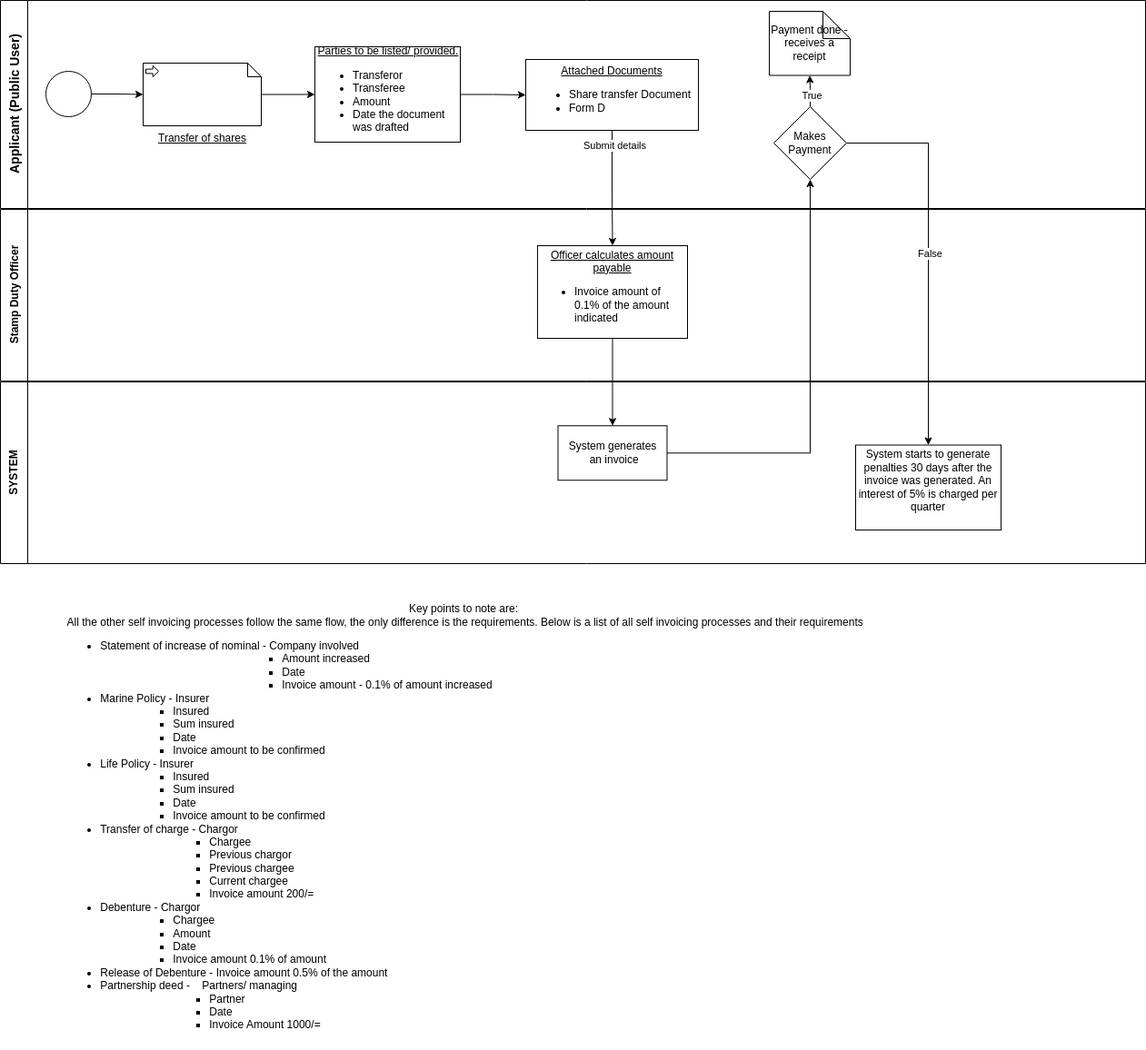
Before: Self - Officer Invoicing.drawio.png, a diagram exported from draw.io (pascalokoth/BPMN). Source tidied: cells renumbered, new cells last; positions are measured from the earlier drawing's top-left corner, leaving out a move shared by most shapes. Its diagram source:
```xml
<mxGraphModel>
  <root>
    <mxCell id="0" />
    <mxCell id="1" parent="0" />
    <mxCell id="2" value="&lt;font style=&quot;font-size: 14px;&quot;&gt;Applicant (Public User)&lt;/font&gt;" style="swimlane;html=1;startSize=30;horizontal=0;" parent="1" vertex="1">
      <mxGeometry width="1260" height="229" as="geometry" />
    </mxCell>
    <mxCell id="3" style="edgeStyle=orthogonalEdgeStyle;rounded=0;jettySize=auto;html=1;entryX=0;entryY=0.5;entryDx=0;entryDy=0;entryPerimeter=0;" parent="2" edge="1" source="4" target="10">
      <mxGeometry relative="1" as="geometry" />
    </mxCell>
    <mxCell id="4" style="points=[[0.145,0.145,0],[0.5,0,0],[0.855,0.145,0],[1,0.5,0],[0.855,0.855,0],[0.5,1,0],[0.145,0.855,0],[0,0.5,0]];shape=mxgraph.bpmn.event;html=1;verticalLabelPosition=bottom;labelBackgroundColor=#ffffff;verticalAlign=top;align=center;perimeter=ellipsePerimeter;outlineConnect=0;outline=standard;symbol=general;" parent="2" vertex="1">
      <mxGeometry x="50" y="78" width="50" height="50" as="geometry" />
    </mxCell>
    <mxCell id="5" style="edgeStyle=orthogonalEdgeStyle;rounded=0;jettySize=auto;html=1;exitX=0.5;exitY=1;exitDx=0;exitDy=0;" parent="2" edge="1" source="16" target="14">
      <mxGeometry relative="1" as="geometry" />
    </mxCell>
    <mxCell id="6" value="Submit details" style="edgeLabel;html=1;align=center;verticalAlign=middle;" parent="5" vertex="1">
      <mxGeometry x="-0.75" y="2" relative="1" as="geometry" />
    </mxCell>
    <mxCell id="7" style="edgeStyle=orthogonalEdgeStyle;rounded=0;jettySize=auto;html=1;" parent="2" edge="1" source="8" target="16">
      <mxGeometry relative="1" as="geometry" />
    </mxCell>
    <mxCell id="8" value="&lt;div style=&quot;text-align: center;&quot;&gt;&lt;span style=&quot;background-color: initial;&quot;&gt;&lt;u&gt;Parties to be listed/ provided.&lt;/u&gt;&lt;/span&gt;&lt;/div&gt;&lt;div style=&quot;&quot;&gt;&lt;ul&gt;&lt;li&gt;Transferor&lt;/li&gt;&lt;li&gt;Transferee&lt;/li&gt;&lt;li&gt;Amount&lt;/li&gt;&lt;li&gt;Date the document was drafted&lt;/li&gt;&lt;/ul&gt;&lt;/div&gt;" style="whiteSpace=wrap;html=1;align=left;" parent="2" vertex="1">
      <mxGeometry x="346" y="51" width="160" height="105" as="geometry" />
    </mxCell>
    <mxCell id="9" style="edgeStyle=orthogonalEdgeStyle;rounded=0;jettySize=auto;html=1;" parent="2" edge="1" source="10" target="8">
      <mxGeometry relative="1" as="geometry" />
    </mxCell>
    <mxCell id="10" value="&lt;u&gt;Transfer of shares&lt;/u&gt;" style="shape=mxgraph.bpmn.data;labelPosition=center;verticalLabelPosition=bottom;align=center;verticalAlign=top;size=15;html=1;bpmnTransferType=input;" parent="2" vertex="1">
      <mxGeometry x="157" y="69" width="130" height="69" as="geometry" />
    </mxCell>
    <mxCell id="11" style="edgeStyle=orthogonalEdgeStyle;rounded=0;jettySize=auto;html=1;" parent="2" edge="1" source="13" target="15">
      <mxGeometry relative="1" as="geometry" />
    </mxCell>
    <mxCell id="12" value="True" style="edgeLabel;html=1;align=center;verticalAlign=middle;" parent="11" vertex="1">
      <mxGeometry x="-0.26" y="-1" relative="1" as="geometry" />
    </mxCell>
    <mxCell id="13" value="Makes Payment" style="rhombus;whiteSpace=wrap;html=1;" parent="2" vertex="1">
      <mxGeometry x="851" y="117" width="80" height="80" as="geometry" />
    </mxCell>
    <mxCell id="14" value="&lt;u&gt;Officer calculates amount payable&lt;/u&gt;&lt;br&gt;&lt;ul style=&quot;&quot;&gt;&lt;li style=&quot;text-align: left;&quot;&gt;Invoice amount of 0.1% of the amount indicated&lt;/li&gt;&lt;/ul&gt;" style="whiteSpace=wrap;html=1;align=center;" parent="2" vertex="1">
      <mxGeometry x="591" y="270" width="165" height="102" as="geometry" />
    </mxCell>
    <mxCell id="15" value="Payment done - receives a receipt" style="shape=note;whiteSpace=wrap;html=1;backgroundOutline=1;darkOpacity=0.05;" parent="2" vertex="1">
      <mxGeometry x="846" y="12" width="89" height="70.5" as="geometry" />
    </mxCell>
    <mxCell id="16" value="&lt;u&gt;Attached Documents&lt;/u&gt;&lt;br&gt;&lt;ul style=&quot;&quot;&gt;&lt;li style=&quot;text-align: left;&quot;&gt;Share transfer Document&lt;/li&gt;&lt;li style=&quot;border-color: var(--border-color); text-align: left;&quot;&gt;Form D&lt;/li&gt;&lt;/ul&gt;" style="whiteSpace=wrap;html=1;align=center;" parent="2" vertex="1">
      <mxGeometry x="578" y="65" width="190" height="78" as="geometry" />
    </mxCell>
    <mxCell id="17" value="SYSTEM" style="swimlane;horizontal=0;whiteSpace=wrap;html=1;startSize=30;" parent="1" vertex="1">
      <mxGeometry y="420" width="1260" height="200" as="geometry" />
    </mxCell>
    <mxCell id="18" value="System starts to generate penalties 30 days after the invoice was generated. An interest of 5% is charged per quarter&lt;span id=&quot;docs-internal-guid-0fd31187-7fff-ed16-ff31-e2fec439de62&quot;&gt;&lt;/span&gt;&lt;br&gt;&amp;nbsp;" style="whiteSpace=wrap;html=1;" parent="17" vertex="1">
      <mxGeometry x="941" y="69.5" width="160" height="93.5" as="geometry" />
    </mxCell>
    <mxCell id="19" style="edgeStyle=orthogonalEdgeStyle;rounded=0;jettySize=auto;html=1;" parent="1" edge="1" source="13" target="18">
      <mxGeometry relative="1" as="geometry" />
    </mxCell>
    <mxCell id="20" value="False" style="edgeLabel;html=1;align=center;verticalAlign=middle;" parent="19" vertex="1">
      <mxGeometry y="1" relative="1" as="geometry" />
    </mxCell>
    <mxCell id="21" value="Key points to note are: &lt;br&gt;&amp;nbsp;All the other self invoicing processes follow the same flow, the only difference is the requirements. Below is a list of all self invoicing processes and their requirements&lt;br&gt;&lt;ul&gt;&lt;li style=&quot;text-align: left;&quot;&gt;Statement of increase of nominal - Company involved&lt;/li&gt;&lt;ul&gt;&lt;ul&gt;&lt;ul&gt;&lt;ul&gt;&lt;ul&gt;&lt;li style=&quot;text-align: left;&quot;&gt;Amount increased&lt;/li&gt;&lt;li style=&quot;text-align: left;&quot;&gt;Date&lt;/li&gt;&lt;li style=&quot;text-align: left;&quot;&gt;Invoice amount - 0.1% of amount increased&lt;/li&gt;&lt;/ul&gt;&lt;/ul&gt;&lt;/ul&gt;&lt;/ul&gt;&lt;/ul&gt;&lt;li style=&quot;text-align: left;&quot;&gt;Marine Policy - Insurer&lt;/li&gt;&lt;ul style=&quot;border-color: var(--border-color);&quot;&gt;&lt;ul&gt;&lt;li style=&quot;border-color: var(--border-color); text-align: left;&quot;&gt;Insured&lt;/li&gt;&lt;li style=&quot;border-color: var(--border-color); text-align: left;&quot;&gt;Sum insured&lt;/li&gt;&lt;li style=&quot;border-color: var(--border-color); text-align: left;&quot;&gt;Date&lt;/li&gt;&lt;li style=&quot;border-color: var(--border-color); text-align: left;&quot;&gt;Invoice amount to be confirmed&lt;/li&gt;&lt;/ul&gt;&lt;/ul&gt;&lt;li style=&quot;text-align: left;&quot;&gt;Life Policy - Insurer&lt;/li&gt;&lt;ul&gt;&lt;ul&gt;&lt;li style=&quot;text-align: left;&quot;&gt;Insured&lt;/li&gt;&lt;li style=&quot;text-align: left;&quot;&gt;Sum insured&lt;/li&gt;&lt;li style=&quot;text-align: left;&quot;&gt;Date&lt;/li&gt;&lt;li style=&quot;text-align: left;&quot;&gt;Invoice amount to be confirmed&lt;/li&gt;&lt;/ul&gt;&lt;/ul&gt;&lt;li style=&quot;text-align: left;&quot;&gt;Transfer of charge - Chargor&lt;/li&gt;&lt;ul&gt;&lt;ul&gt;&lt;ul&gt;&lt;li style=&quot;text-align: left;&quot;&gt;Chargee&lt;/li&gt;&lt;li style=&quot;text-align: left;&quot;&gt;Previous chargor&lt;/li&gt;&lt;li style=&quot;text-align: left;&quot;&gt;Previous chargee&lt;/li&gt;&lt;li style=&quot;text-align: left;&quot;&gt;Current chargee&lt;/li&gt;&lt;li style=&quot;text-align: left;&quot;&gt;Invoice amount 200/=&lt;/li&gt;&lt;/ul&gt;&lt;/ul&gt;&lt;/ul&gt;&lt;li style=&quot;text-align: left;&quot;&gt;Debenture - Chargor&lt;/li&gt;&lt;ul&gt;&lt;ul&gt;&lt;li style=&quot;text-align: left;&quot;&gt;Chargee&lt;/li&gt;&lt;li style=&quot;text-align: left;&quot;&gt;Amount&lt;/li&gt;&lt;li style=&quot;text-align: left;&quot;&gt;Date&lt;/li&gt;&lt;li style=&quot;text-align: left;&quot;&gt;Invoice amount 0.1% of amount&lt;/li&gt;&lt;/ul&gt;&lt;/ul&gt;&lt;li style=&quot;text-align: left;&quot;&gt;Release of Debenture - Invoice amount 0.5% of the amount&lt;/li&gt;&lt;li style=&quot;text-align: left;&quot;&gt;Partnership deed -&amp;nbsp; &amp;nbsp; Partners/ managing&lt;/li&gt;&lt;ul&gt;&lt;ul&gt;&lt;ul&gt;&lt;li style=&quot;text-align: left;&quot;&gt;Partner&lt;/li&gt;&lt;li style=&quot;text-align: left;&quot;&gt;Date&lt;/li&gt;&lt;li style=&quot;text-align: left;&quot;&gt;Invoice Amount 1000/=&lt;/li&gt;&lt;/ul&gt;&lt;/ul&gt;&lt;/ul&gt;&lt;/ul&gt;" style="text;html=1;strokeColor=none;fillColor=none;align=center;verticalAlign=middle;whiteSpace=wrap;rounded=0;" parent="1" vertex="1">
      <mxGeometry y="655" width="1020" height="500" as="geometry" />
    </mxCell>
    <mxCell id="22" value="Stamp Duty Officer" style="swimlane;horizontal=0;whiteSpace=wrap;html=1;startSize=30;" parent="1" vertex="1">
      <mxGeometry y="230" width="1260" height="189" as="geometry" />
    </mxCell>
    <mxCell id="23" value="System generates&lt;br&gt;&amp;nbsp;an invoice" style="whiteSpace=wrap;html=1;" parent="22" vertex="1">
      <mxGeometry x="613.5" y="238.2" width="120" height="60" as="geometry" />
    </mxCell>
    <mxCell id="24" style="edgeStyle=orthogonalEdgeStyle;rounded=0;jettySize=auto;html=1;" parent="1" edge="1" source="14" target="23">
      <mxGeometry relative="1" as="geometry" />
    </mxCell>
    <mxCell id="25" style="edgeStyle=orthogonalEdgeStyle;rounded=0;jettySize=auto;html=1;entryX=0.5;entryY=1;entryDx=0;entryDy=0;" parent="1" edge="1" source="23" target="13">
      <mxGeometry relative="1" as="geometry" />
    </mxCell>
  </root>
</mxGraphModel>
```
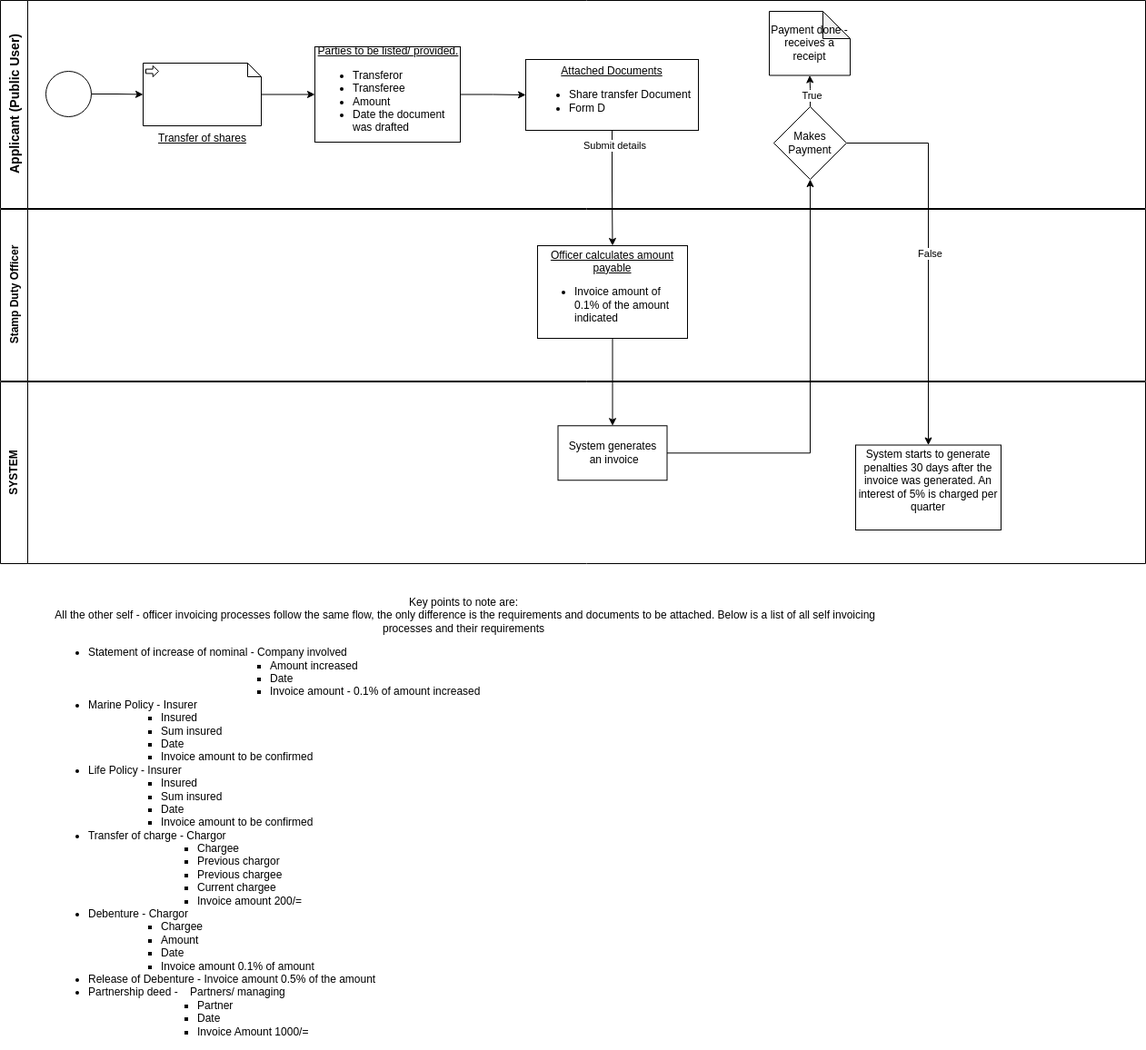
The same file after the commit.

Diff of the diagram source:
```diff
@@ -59,7 +59,7 @@
     <mxCell id="20" value="False" style="edgeLabel;html=1;align=center;verticalAlign=middle;" parent="19" vertex="1">
       <mxGeometry y="1" relative="1" as="geometry" />
     </mxCell>
-    <mxCell id="21" value="Key points to note are: &lt;br&gt;&amp;nbsp;All the other self invoicing processes follow the same flow, the only difference is the requirements. Below is a list of all self invoicing processes and their requirements&lt;br&gt;&lt;ul&gt;&lt;li style=&quot;text-align: left;&quot;&gt;Statement of increase of nominal - Company involved&lt;/li&gt;&lt;ul&gt;&lt;ul&gt;&lt;ul&gt;&lt;ul&gt;&lt;ul&gt;&lt;li style=&quot;text-align: left;&quot;&gt;Amount increased&lt;/li&gt;&lt;li style=&quot;text-align: left;&quot;&gt;Date&lt;/li&gt;&lt;li style=&quot;text-align: left;&quot;&gt;Invoice amount - 0.1% of amount increased&lt;/li&gt;&lt;/ul&gt;&lt;/ul&gt;&lt;/ul&gt;&lt;/ul&gt;&lt;/ul&gt;&lt;li style=&quot;text-align: left;&quot;&gt;Marine Policy - Insurer&lt;/li&gt;&lt;ul style=&quot;border-color: var(--border-color);&quot;&gt;&lt;ul&gt;&lt;li style=&quot;border-color: var(--border-color); text-align: left;&quot;&gt;Insured&lt;/li&gt;&lt;li style=&quot;border-color: var(--border-color); text-align: left;&quot;&gt;Sum insured&lt;/li&gt;&lt;li style=&quot;border-color: var(--border-color); text-align: left;&quot;&gt;Date&lt;/li&gt;&lt;li style=&quot;border-color: var(--border-color); text-align: left;&quot;&gt;Invoice amount to be confirmed&lt;/li&gt;&lt;/ul&gt;&lt;/ul&gt;&lt;li style=&quot;text-align: left;&quot;&gt;Life Policy - Insurer&lt;/li&gt;&lt;ul&gt;&lt;ul&gt;&lt;li style=&quot;text-align: left;&quot;&gt;Insured&lt;/li&gt;&lt;li style=&quot;text-align: left;&quot;&gt;Sum insured&lt;/li&gt;&lt;li style=&quot;text-align: left;&quot;&gt;Date&lt;/li&gt;&lt;li style=&quot;text-align: left;&quot;&gt;Invoice amount to be confirmed&lt;/li&gt;&lt;/ul&gt;&lt;/ul&gt;&lt;li style=&quot;text-align: left;&quot;&gt;Transfer of charge - Chargor&lt;/li&gt;&lt;ul&gt;&lt;ul&gt;&lt;ul&gt;&lt;li style=&quot;text-align: left;&quot;&gt;Chargee&lt;/li&gt;&lt;li style=&quot;text-align: left;&quot;&gt;Previous chargor&lt;/li&gt;&lt;li style=&quot;text-align: left;&quot;&gt;Previous chargee&lt;/li&gt;&lt;li style=&quot;text-align: left;&quot;&gt;Current chargee&lt;/li&gt;&lt;li style=&quot;text-align: left;&quot;&gt;Invoice amount 200/=&lt;/li&gt;&lt;/ul&gt;&lt;/ul&gt;&lt;/ul&gt;&lt;li style=&quot;text-align: left;&quot;&gt;Debenture - Chargor&lt;/li&gt;&lt;ul&gt;&lt;ul&gt;&lt;li style=&quot;text-align: left;&quot;&gt;Chargee&lt;/li&gt;&lt;li style=&quot;text-align: left;&quot;&gt;Amount&lt;/li&gt;&lt;li style=&quot;text-align: left;&quot;&gt;Date&lt;/li&gt;&lt;li style=&quot;text-align: left;&quot;&gt;Invoice amount 0.1% of amount&lt;/li&gt;&lt;/ul&gt;&lt;/ul&gt;&lt;li style=&quot;text-align: left;&quot;&gt;Release of Debenture - Invoice amount 0.5% of the amount&lt;/li&gt;&lt;li style=&quot;text-align: left;&quot;&gt;Partnership deed -&amp;nbsp; &amp;nbsp; Partners/ managing&lt;/li&gt;&lt;ul&gt;&lt;ul&gt;&lt;ul&gt;&lt;li style=&quot;text-align: left;&quot;&gt;Partner&lt;/li&gt;&lt;li style=&quot;text-align: left;&quot;&gt;Date&lt;/li&gt;&lt;li style=&quot;text-align: left;&quot;&gt;Invoice Amount 1000/=&lt;/li&gt;&lt;/ul&gt;&lt;/ul&gt;&lt;/ul&gt;&lt;/ul&gt;" style="text;html=1;strokeColor=none;fillColor=none;align=center;verticalAlign=middle;whiteSpace=wrap;rounded=0;" parent="1" vertex="1">
+    <mxCell id="21" value="Key points to note are: &lt;br&gt;&amp;nbsp;All the other self - officer invoicing processes follow the same flow, the only difference is the requirements and documents to be attached. Below is a list of all self invoicing &lt;br&gt;processes and their requirements&lt;br&gt;&lt;ul&gt;&lt;li style=&quot;text-align: left;&quot;&gt;Statement of increase of nominal - Company involved&lt;/li&gt;&lt;ul&gt;&lt;ul&gt;&lt;ul&gt;&lt;ul&gt;&lt;ul&gt;&lt;li style=&quot;text-align: left;&quot;&gt;Amount increased&lt;/li&gt;&lt;li style=&quot;text-align: left;&quot;&gt;Date&lt;/li&gt;&lt;li style=&quot;text-align: left;&quot;&gt;Invoice amount - 0.1% of amount increased&lt;/li&gt;&lt;/ul&gt;&lt;/ul&gt;&lt;/ul&gt;&lt;/ul&gt;&lt;/ul&gt;&lt;li style=&quot;text-align: left;&quot;&gt;Marine Policy - Insurer&lt;/li&gt;&lt;ul style=&quot;border-color: var(--border-color);&quot;&gt;&lt;ul&gt;&lt;li style=&quot;border-color: var(--border-color); text-align: left;&quot;&gt;Insured&lt;/li&gt;&lt;li style=&quot;border-color: var(--border-color); text-align: left;&quot;&gt;Sum insured&lt;/li&gt;&lt;li style=&quot;border-color: var(--border-color); text-align: left;&quot;&gt;Date&lt;/li&gt;&lt;li style=&quot;border-color: var(--border-color); text-align: left;&quot;&gt;Invoice amount to be confirmed&lt;/li&gt;&lt;/ul&gt;&lt;/ul&gt;&lt;li style=&quot;text-align: left;&quot;&gt;Life Policy - Insurer&lt;/li&gt;&lt;ul&gt;&lt;ul&gt;&lt;li style=&quot;text-align: left;&quot;&gt;Insured&lt;/li&gt;&lt;li style=&quot;text-align: left;&quot;&gt;Sum insured&lt;/li&gt;&lt;li style=&quot;text-align: left;&quot;&gt;Date&lt;/li&gt;&lt;li style=&quot;text-align: left;&quot;&gt;Invoice amount to be confirmed&lt;/li&gt;&lt;/ul&gt;&lt;/ul&gt;&lt;li style=&quot;text-align: left;&quot;&gt;Transfer of charge - Chargor&lt;/li&gt;&lt;ul&gt;&lt;ul&gt;&lt;ul&gt;&lt;li style=&quot;text-align: left;&quot;&gt;Chargee&lt;/li&gt;&lt;li style=&quot;text-align: left;&quot;&gt;Previous chargor&lt;/li&gt;&lt;li style=&quot;text-align: left;&quot;&gt;Previous chargee&lt;/li&gt;&lt;li style=&quot;text-align: left;&quot;&gt;Current chargee&lt;/li&gt;&lt;li style=&quot;text-align: left;&quot;&gt;Invoice amount 200/=&lt;/li&gt;&lt;/ul&gt;&lt;/ul&gt;&lt;/ul&gt;&lt;li style=&quot;text-align: left;&quot;&gt;Debenture - Chargor&lt;/li&gt;&lt;ul&gt;&lt;ul&gt;&lt;li style=&quot;text-align: left;&quot;&gt;Chargee&lt;/li&gt;&lt;li style=&quot;text-align: left;&quot;&gt;Amount&lt;/li&gt;&lt;li style=&quot;text-align: left;&quot;&gt;Date&lt;/li&gt;&lt;li style=&quot;text-align: left;&quot;&gt;Invoice amount 0.1% of amount&lt;/li&gt;&lt;/ul&gt;&lt;/ul&gt;&lt;li style=&quot;text-align: left;&quot;&gt;Release of Debenture - Invoice amount 0.5% of the amount&lt;/li&gt;&lt;li style=&quot;text-align: left;&quot;&gt;Partnership deed -&amp;nbsp; &amp;nbsp; Partners/ managing&lt;/li&gt;&lt;ul&gt;&lt;ul&gt;&lt;ul&gt;&lt;li style=&quot;text-align: left;&quot;&gt;Partner&lt;/li&gt;&lt;li style=&quot;text-align: left;&quot;&gt;Date&lt;/li&gt;&lt;li style=&quot;text-align: left;&quot;&gt;Invoice Amount 1000/=&lt;/li&gt;&lt;/ul&gt;&lt;/ul&gt;&lt;/ul&gt;&lt;/ul&gt;" style="text;html=1;strokeColor=none;fillColor=none;align=center;verticalAlign=middle;whiteSpace=wrap;rounded=0;" parent="1" vertex="1">
       <mxGeometry y="655" width="1020" height="500" as="geometry" />
     </mxCell>
     <mxCell id="22" value="Stamp Duty Officer" style="swimlane;horizontal=0;whiteSpace=wrap;html=1;startSize=30;" parent="1" vertex="1">
```
